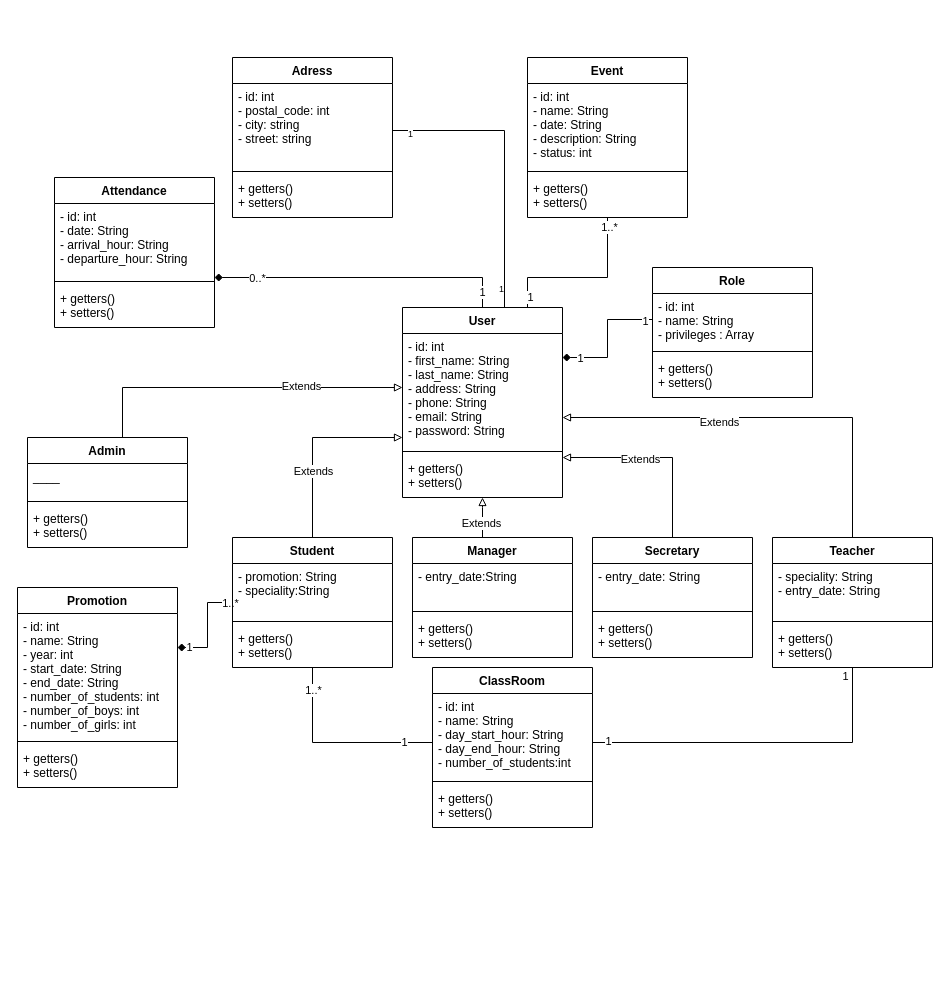
Earlier version of the draw.io diagram UML/Système de pointage.drawio (Full-stack-Java-Larael/Systeme-de-pointage). Source tidied: cells renumbered, new cells numbered last; positions are measured from the earlier drawing's top-left corner, leaving out a move shared by most shapes. Both pictures are drawn from the tidied source at 100%, with x=0, y=0 at pixel (17, 57).
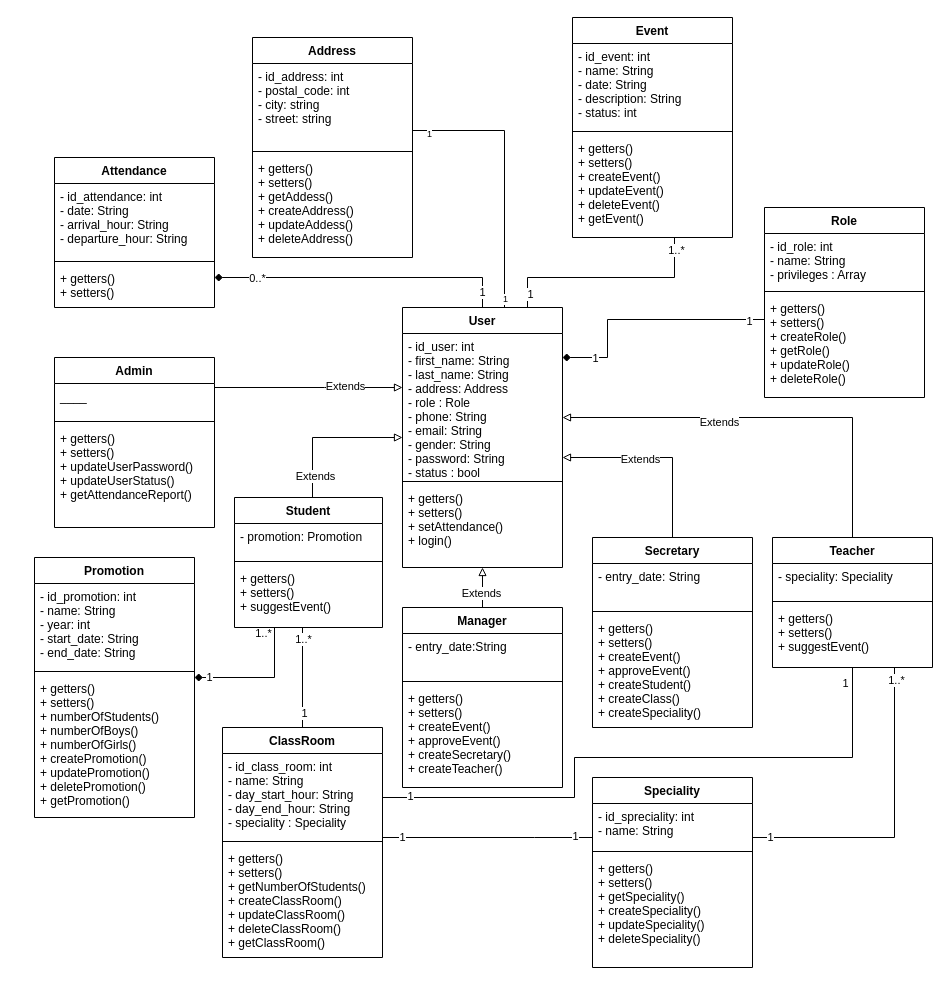
After the change.

The change refers to these unchanged cells:
```xml
<mxCell id="25" value="Teacher" style="swimlane;fontStyle=1;align=center;verticalAlign=top;horizontal=1;startSize=26;" parent="1" vertex="1">
  <mxGeometry x="755" y="480" width="160" height="130" as="geometry" />
</mxCell>
<mxCell id="41" style="edgeStyle=orthogonalEdgeStyle;rounded=0;jettySize=auto;html=1;endArrow=block;endFill=0;" parent="1" edge="1" source="43" target="2">
  <mxGeometry relative="1" as="geometry">
    <Array as="points">
      <mxPoint x="295" y="380" />
    </Array>
  </mxGeometry>
</mxCell>
<mxCell id="78" style="edgeStyle=orthogonalEdgeStyle;rounded=0;jettySize=auto;html=1;startArrow=none;startFill=0;endArrow=none;endFill=0;fontSize=9;" parent="1" edge="1" source="57" target="2">
  <mxGeometry relative="1" as="geometry">
    <Array as="points">
      <mxPoint x="487" y="73" />
    </Array>
  </mxGeometry>
</mxCell>
```

The edit, as a diff of the source:
```diff
@@
     <mxCell id="2" value="User" style="swimlane;fontStyle=1;align=center;verticalAlign=top;horizontal=1;startSize=26;" parent="1" vertex="1">
-      <mxGeometry x="385" y="250" width="160" height="190" as="geometry" />
+      <mxGeometry x="385" y="250" width="160" height="260" as="geometry" />
     </mxCell>
-    <mxCell id="3" value="- id: int&#10;- first_name: String&#10;- last_name: String&#10;- address: String&#10;- phone: String&#10;- email: String&#10;- password: String" style="text;strokeColor=none;fillColor=none;align=left;verticalAlign=top;spacingLeft=4;spacingRight=4;overflow=hidden;points=[[0,0.5],[1,0.5]];portConstraint=eastwest;" parent="2" vertex="1">
-      <mxGeometry y="26" width="160" height="114" as="geometry" />
+    <mxCell id="3" value="- id_user: int&#10;- first_name: String&#10;- last_name: String&#10;- address: Address&#10;- role : Role&#10;- phone: String&#10;- email: String&#10;- gender: String&#10;- password: String&#10;- status : bool" style="text;strokeColor=none;fillColor=none;align=left;verticalAlign=top;spacingLeft=4;spacingRight=4;overflow=hidden;points=[[0,0.5],[1,0.5]];portConstraint=eastwest;" parent="2" vertex="1">
+      <mxGeometry y="26" width="160" height="144" as="geometry" />
     </mxCell>
     <mxCell id="4" style="line;strokeWidth=1;fillColor=none;align=left;verticalAlign=middle;spacingTop=-1;spacingLeft=3;spacingRight=3;labelPosition=right;" parent="2" vertex="1">
-      <mxGeometry y="140" width="160" height="8" as="geometry" />
+      <mxGeometry y="170" width="160" height="8" as="geometry" />
     </mxCell>
-    <mxCell id="5" value="+ getters()&#10;+ setters()" style="text;strokeColor=none;fillColor=none;align=left;verticalAlign=top;spacingLeft=4;spacingRight=4;overflow=hidden;" parent="2" vertex="1">
-      <mxGeometry y="148" width="160" height="42" as="geometry" />
+    <mxCell id="5" value="+ getters()&#10;+ setters()&#10;+ setAttendance()&#10;+ login()" style="text;strokeColor=none;fillColor=none;align=left;verticalAlign=top;spacingLeft=4;spacingRight=4;overflow=hidden;" parent="2" vertex="1">
+      <mxGeometry y="178" width="160" height="82" as="geometry" />
     </mxCell>
     <mxCell id="6" style="edgeStyle=orthogonalEdgeStyle;rounded=0;jettySize=auto;html=1;endArrow=none;endFill=0;startArrow=diamond;startFill=1;" parent="1" edge="1" source="9" target="43">
       <mxGeometry relative="1" as="geometry">
         <Array as="points">
-          <mxPoint x="190" y="590" />
-          <mxPoint x="190" y="545" />
+          <mxPoint x="257" y="620" />
         </Array>
       </mxGeometry>
     </mxCell>
     <mxCell id="7" value="1..*" style="edgeLabel;html=1;align=center;verticalAlign=middle;" parent="6" vertex="1">
-      <mxGeometry x="0.93" relative="1" as="geometry" />
+      <mxGeometry x="0.93" relative="1" as="geometry">
+        <mxPoint x="-11.1" as="offset" />
+      </mxGeometry>
     </mxCell>
@@
     <mxCell id="9" value="Promotion" style="swimlane;fontStyle=1;align=center;verticalAlign=top;horizontal=1;startSize=26;" parent="1" vertex="1">
-      <mxGeometry y="530" width="160" height="200" as="geometry" />
+      <mxGeometry x="17" y="500" width="160" height="260" as="geometry" />
     </mxCell>
-    <mxCell id="10" value="- id: int&#10;- name: String&#10;- year: int&#10;- start_date: String&#10;- end_date: String&#10;- number_of_students: int&#10;- number_of_boys: int&#10;- number_of_girls: int" style="text;strokeColor=none;fillColor=none;align=left;verticalAlign=top;spacingLeft=4;spacingRight=4;overflow=hidden;" parent="9" vertex="1">
-      <mxGeometry y="26" width="160" height="124" as="geometry" />
+    <mxCell id="10" value="- id_promotion: int&#10;- name: String&#10;- year: int&#10;- start_date: String&#10;- end_date: String" style="text;strokeColor=none;fillColor=none;align=left;verticalAlign=top;spacingLeft=4;spacingRight=4;overflow=hidden;" parent="9" vertex="1">
+      <mxGeometry y="26" width="160" height="84" as="geometry" />
     </mxCell>
     <mxCell id="11" style="line;strokeWidth=1;fillColor=none;align=left;verticalAlign=middle;spacingTop=-1;spacingLeft=3;spacingRight=3;labelPosition=right;" parent="9" vertex="1">
-      <mxGeometry y="150" width="160" height="8" as="geometry" />
+      <mxGeometry y="110" width="160" height="8" as="geometry" />
     </mxCell>
-    <mxCell id="12" value="+ getters()&#10;+ setters()" style="text;strokeColor=none;fillColor=none;align=left;verticalAlign=top;spacingLeft=4;spacingRight=4;overflow=hidden;" parent="9" vertex="1">
-      <mxGeometry y="158" width="160" height="42" as="geometry" />
+    <mxCell id="12" value="+ getters()&#10;+ setters()&#10;+ numberOfStudents()&#10;+ numberOfBoys()&#10;+ numberOfGirls()&#10;+ createPromotion()&#10;+ updatePromotion()&#10;+ deletePromotion()&#10;+ getPromotion()&#10;" style="text;strokeColor=none;fillColor=none;align=left;verticalAlign=top;spacingLeft=4;spacingRight=4;overflow=hidden;" parent="9" vertex="1">
+      <mxGeometry y="118" width="160" height="142" as="geometry" />
     </mxCell>
@@
     <mxCell id="16" value="Role" style="swimlane;fontStyle=1;align=center;verticalAlign=top;horizontal=1;startSize=26;" parent="1" vertex="1">
-      <mxGeometry x="635" y="210" width="160" height="130" as="geometry" />
+      <mxGeometry x="747" y="150" width="160" height="190" as="geometry" />
     </mxCell>
-    <mxCell id="17" value="- id: int&#10;- name: String&#10;- privileges : Array" style="text;strokeColor=none;fillColor=none;align=left;verticalAlign=top;spacingLeft=4;spacingRight=4;overflow=hidden;" parent="16" vertex="1">
+    <mxCell id="17" value="- id_role: int&#10;- name: String&#10;- privileges : Array" style="text;strokeColor=none;fillColor=none;align=left;verticalAlign=top;spacingLeft=4;spacingRight=4;overflow=hidden;" parent="16" vertex="1">
       <mxGeometry y="26" width="160" height="54" as="geometry" />
     </mxCell>
@@
-    <mxCell id="19" value="+ getters()&#10;+ setters()" style="text;strokeColor=none;fillColor=none;align=left;verticalAlign=top;spacingLeft=4;spacingRight=4;overflow=hidden;" parent="16" vertex="1">
-      <mxGeometry y="88" width="160" height="42" as="geometry" />
+    <mxCell id="19" value="+ getters()&#10;+ setters()&#10;+ createRole()&#10;+ getRole()&#10;+ updateRole()&#10;+ deleteRole()" style="text;strokeColor=none;fillColor=none;align=left;verticalAlign=top;spacingLeft=4;spacingRight=4;overflow=hidden;" parent="16" vertex="1">
+      <mxGeometry y="88" width="160" height="102" as="geometry" />
     </mxCell>
@@
     <mxCell id="22" style="edgeStyle=orthogonalEdgeStyle;rounded=0;jettySize=auto;html=1;endArrow=none;endFill=0;" parent="1" edge="1" source="25" target="63">
       <mxGeometry relative="1" as="geometry">
         <Array as="points">
-          <mxPoint x="835" y="685" />
+          <mxPoint x="835" y="700" />
+          <mxPoint x="557" y="700" />
+          <mxPoint x="557" y="740" />
         </Array>
       </mxGeometry>
     </mxCell>
@@
+    <mxCell id="81" style="edgeStyle=orthogonalEdgeStyle;rounded=0;jettySize=auto;html=1;endArrow=none;endFill=0;" parent="1" edge="1" source="25" target="87">
+      <mxGeometry relative="1" as="geometry">
+        <Array as="points">
+          <mxPoint x="877" y="780" />
+        </Array>
+      </mxGeometry>
+    </mxCell>
+    <mxCell id="82" value="1" style="edgeLabel;html=1;align=center;verticalAlign=middle;" parent="81" vertex="1">
+      <mxGeometry x="0.89" y="-1" relative="1" as="geometry" />
+    </mxCell>
+    <mxCell id="83" value="1..*" style="edgeLabel;html=1;align=center;verticalAlign=middle;" parent="81" vertex="1">
+      <mxGeometry x="-0.92" y="4" relative="1" as="geometry">
+        <mxPoint x="-3" as="offset" />
+      </mxGeometry>
+    </mxCell>
@@
-    <mxCell id="26" value="- speciality: String&#10;- entry_date: String" style="text;strokeColor=none;fillColor=none;align=left;verticalAlign=top;spacingLeft=4;spacingRight=4;overflow=hidden;" parent="25" vertex="1">
-      <mxGeometry y="26" width="160" height="54" as="geometry" />
+    <mxCell id="26" value="- speciality: Speciality" style="text;strokeColor=none;fillColor=none;align=left;verticalAlign=top;spacingLeft=4;spacingRight=4;overflow=hidden;" parent="25" vertex="1">
+      <mxGeometry y="26" width="160" height="34" as="geometry" />
     </mxCell>
     <mxCell id="27" style="line;strokeWidth=1;fillColor=none;align=left;verticalAlign=middle;spacingTop=-1;spacingLeft=3;spacingRight=3;labelPosition=right;" parent="25" vertex="1">
-      <mxGeometry y="80" width="160" height="8" as="geometry" />
+      <mxGeometry y="60" width="160" height="8" as="geometry" />
     </mxCell>
-    <mxCell id="28" value="+ getters()&#10;+ setters()" style="text;strokeColor=none;fillColor=none;align=left;verticalAlign=top;spacingLeft=4;spacingRight=4;overflow=hidden;" parent="25" vertex="1">
-      <mxGeometry y="88" width="160" height="42" as="geometry" />
+    <mxCell id="28" value="+ getters()&#10;+ setters()&#10;+ suggestEvent()" style="text;strokeColor=none;fillColor=none;align=left;verticalAlign=top;spacingLeft=4;spacingRight=4;overflow=hidden;" parent="25" vertex="1">
+      <mxGeometry y="68" width="160" height="62" as="geometry" />
     </mxCell>
     <mxCell id="29" style="edgeStyle=orthogonalEdgeStyle;rounded=0;jettySize=auto;html=1;endArrow=block;endFill=0;" parent="1" edge="1" source="31" target="2">
-      <mxGeometry relative="1" as="geometry">
-        <Array as="points">
-          <mxPoint x="465" y="450" />
-          <mxPoint x="465" y="450" />
-        </Array>
-      </mxGeometry>
+      <mxGeometry relative="1" as="geometry" />
     </mxCell>
@@
     <mxCell id="31" value="Manager" style="swimlane;fontStyle=1;align=center;verticalAlign=top;horizontal=1;startSize=26;" parent="1" vertex="1">
-      <mxGeometry x="395" y="480" width="160" height="120" as="geometry" />
+      <mxGeometry x="385" y="550" width="160" height="180" as="geometry" />
     </mxCell>
@@
-    <mxCell id="34" value="+ getters()&#10;+ setters()" style="text;strokeColor=none;fillColor=none;align=left;verticalAlign=top;spacingLeft=4;spacingRight=4;overflow=hidden;" parent="31" vertex="1">
-      <mxGeometry y="78" width="160" height="42" as="geometry" />
+    <mxCell id="34" value="+ getters()&#10;+ setters()&#10;+ createEvent()&#10;+ approveEvent()&#10;+ createSecretary()&#10;+ createTeacher()" style="text;strokeColor=none;fillColor=none;align=left;verticalAlign=top;spacingLeft=4;spacingRight=4;overflow=hidden;" parent="31" vertex="1">
+      <mxGeometry y="78" width="160" height="102" as="geometry" />
     </mxCell>
@@
     <mxCell id="37" value="Secretary" style="swimlane;fontStyle=1;align=center;verticalAlign=top;horizontal=1;startSize=26;" parent="1" vertex="1">
-      <mxGeometry x="575" y="480" width="160" height="120" as="geometry" />
+      <mxGeometry x="575" y="480" width="160" height="190" as="geometry" />
     </mxCell>
@@
-    <mxCell id="40" value="+ getters()&#10;+ setters()" style="text;strokeColor=none;fillColor=none;align=left;verticalAlign=top;spacingLeft=4;spacingRight=4;overflow=hidden;" parent="37" vertex="1">
-      <mxGeometry y="78" width="160" height="42" as="geometry" />
+    <mxCell id="40" value="+ getters()&#10;+ setters()&#10;+ createEvent()&#10;+ approveEvent()&#10;+ createStudent()&#10;+ createClass()&#10;+ createSpeciality()" style="text;strokeColor=none;fillColor=none;align=left;verticalAlign=top;spacingLeft=4;spacingRight=4;overflow=hidden;" parent="37" vertex="1">
+      <mxGeometry y="78" width="160" height="112" as="geometry" />
     </mxCell>
@@
     <mxCell id="42" value="Extends" style="edgeLabel;html=1;align=center;verticalAlign=middle;" parent="41" vertex="1">
-      <mxGeometry x="-0.3" relative="1" as="geometry" />
+      <mxGeometry x="-0.3" relative="1" as="geometry">
+        <mxPoint x="2" y="31.5" as="offset" />
+      </mxGeometry>
     </mxCell>
     <mxCell id="43" value="Student" style="swimlane;fontStyle=1;align=center;verticalAlign=top;horizontal=1;startSize=26;" parent="1" vertex="1">
-      <mxGeometry x="215" y="480" width="160" height="130" as="geometry" />
+      <mxGeometry x="217" y="440" width="148" height="130" as="geometry" />
     </mxCell>
-    <mxCell id="44" value="- promotion: String&#10;- speciality:String" style="text;strokeColor=none;fillColor=none;align=left;verticalAlign=top;spacingLeft=4;spacingRight=4;overflow=hidden;" parent="43" vertex="1">
-      <mxGeometry y="26" width="160" height="54" as="geometry" />
+    <mxCell id="44" value="- promotion: Promotion" style="text;strokeColor=none;fillColor=none;align=left;verticalAlign=top;spacingLeft=4;spacingRight=4;overflow=hidden;" parent="43" vertex="1">
+      <mxGeometry y="26" width="148" height="34" as="geometry" />
     </mxCell>
     <mxCell id="45" style="line;strokeWidth=1;fillColor=none;align=left;verticalAlign=middle;spacingTop=-1;spacingLeft=3;spacingRight=3;labelPosition=right;" parent="43" vertex="1">
-      <mxGeometry y="80" width="160" height="8" as="geometry" />
+      <mxGeometry y="60" width="148" height="8" as="geometry" />
     </mxCell>
-    <mxCell id="46" value="+ getters()&#10;+ setters()" style="text;strokeColor=none;fillColor=none;align=left;verticalAlign=top;spacingLeft=4;spacingRight=4;overflow=hidden;" parent="43" vertex="1">
-      <mxGeometry y="88" width="160" height="42" as="geometry" />
+    <mxCell id="46" value="+ getters()&#10;+ setters()&#10;+ suggestEvent()" style="text;strokeColor=none;fillColor=none;align=left;verticalAlign=top;spacingLeft=4;spacingRight=4;overflow=hidden;" parent="43" vertex="1">
+      <mxGeometry y="68" width="148" height="62" as="geometry" />
     </mxCell>
     <mxCell id="47" style="edgeStyle=orthogonalEdgeStyle;rounded=0;jettySize=auto;html=1;endArrow=block;endFill=0;" parent="1" edge="1" source="49" target="2">
       <mxGeometry relative="1" as="geometry">
         <Array as="points">
-          <mxPoint x="105" y="330" />
+          <mxPoint x="307" y="330" />
+          <mxPoint x="307" y="330" />
         </Array>
       </mxGeometry>
     </mxCell>
@@
     <mxCell id="49" value="Admin" style="swimlane;fontStyle=1;align=center;verticalAlign=top;horizontal=1;startSize=26;" parent="1" vertex="1">
-      <mxGeometry x="10" y="380" width="160" height="110" as="geometry" />
+      <mxGeometry x="37" y="300" width="160" height="170" as="geometry" />
     </mxCell>
@@
-    <mxCell id="52" value="+ getters()&#10;+ setters()" style="text;strokeColor=none;fillColor=none;align=left;verticalAlign=top;spacingLeft=4;spacingRight=4;overflow=hidden;" parent="49" vertex="1">
-      <mxGeometry y="68" width="160" height="42" as="geometry" />
+    <mxCell id="52" value="+ getters()&#10;+ setters()&#10;+ updateUserPassword()&#10;+ updateUserStatus()&#10;+ getAttendanceReport()" style="text;strokeColor=none;fillColor=none;align=left;verticalAlign=top;spacingLeft=4;spacingRight=4;overflow=hidden;" parent="49" vertex="1">
+      <mxGeometry y="68" width="160" height="102" as="geometry" />
     </mxCell>
@@
-    <mxCell id="56" value="Adress" style="swimlane;fontStyle=1;align=center;verticalAlign=top;horizontal=1;startSize=26;" parent="1" vertex="1">
-      <mxGeometry x="215" width="160" height="160" as="geometry" />
+    <mxCell id="56" value="Address" style="swimlane;fontStyle=1;align=center;verticalAlign=top;horizontal=1;startSize=26;" parent="1" vertex="1">
+      <mxGeometry x="235" y="-20" width="160" height="220" as="geometry" />
     </mxCell>
-    <mxCell id="57" value="- id: int&#10;- postal_code: int&#10;- city: string&#10;- street: string" style="text;strokeColor=none;fillColor=none;align=left;verticalAlign=top;spacingLeft=4;spacingRight=4;overflow=hidden;points=[[0,0.5],[1,0.5]];portConstraint=eastwest;" parent="56" vertex="1">
+    <mxCell id="57" value="- id_address: int&#10;- postal_code: int&#10;- city: string&#10;- street: string" style="text;strokeColor=none;fillColor=none;align=left;verticalAlign=top;spacingLeft=4;spacingRight=4;overflow=hidden;points=[[0,0.5],[1,0.5]];portConstraint=eastwest;" parent="56" vertex="1">
       <mxGeometry y="26" width="160" height="84" as="geometry" />
     </mxCell>
@@
-    <mxCell id="59" value="+ getters()&#10;+ setters()" style="text;strokeColor=none;fillColor=none;align=left;verticalAlign=top;spacingLeft=4;spacingRight=4;overflow=hidden;" parent="56" vertex="1">
-      <mxGeometry y="118" width="160" height="42" as="geometry" />
+    <mxCell id="59" value="+ getters()&#10;+ setters()&#10;+ getAddess()&#10;+ createAddress()&#10;+ updateAddess()&#10;+ deleteAddress()" style="text;strokeColor=none;fillColor=none;align=left;verticalAlign=top;spacingLeft=4;spacingRight=4;overflow=hidden;" parent="56" vertex="1">
+      <mxGeometry y="118" width="160" height="102" as="geometry" />
     </mxCell>
@@
     <mxCell id="63" value="ClassRoom" style="swimlane;fontStyle=1;align=center;verticalAlign=top;horizontal=1;startSize=26;" parent="1" vertex="1">
-      <mxGeometry x="415" y="610" width="160" height="160" as="geometry" />
+      <mxGeometry x="205" y="670" width="160" height="230" as="geometry" />
     </mxCell>
-    <mxCell id="64" value="- id: int&#10;- name: String&#10;- day_start_hour: String&#10;- day_end_hour: String&#10;- number_of_students:int&#10;" style="text;strokeColor=none;fillColor=none;align=left;verticalAlign=top;spacingLeft=4;spacingRight=4;overflow=hidden;" parent="63" vertex="1">
+    <mxCell id="64" value="- id_class_room: int&#10;- name: String&#10;- day_start_hour: String&#10;- day_end_hour: String&#10;- speciality : Speciality" style="text;strokeColor=none;fillColor=none;align=left;verticalAlign=top;spacingLeft=4;spacingRight=4;overflow=hidden;" parent="63" vertex="1">
       <mxGeometry y="26" width="160" height="84" as="geometry" />
     </mxCell>
@@
-    <mxCell id="66" value="+ getters()&#10;+ setters()" style="text;strokeColor=none;fillColor=none;align=left;verticalAlign=top;spacingLeft=4;spacingRight=4;overflow=hidden;" parent="63" vertex="1">
-      <mxGeometry y="118" width="160" height="42" as="geometry" />
+    <mxCell id="66" value="+ getters()&#10;+ setters()&#10;+ getNumberOfStudents()&#10;+ createClassRoom()&#10;+ updateClassRoom()&#10;+ deleteClassRoom()&#10;+ getClassRoom()" style="text;strokeColor=none;fillColor=none;align=left;verticalAlign=top;spacingLeft=4;spacingRight=4;overflow=hidden;" parent="63" vertex="1">
+      <mxGeometry y="118" width="160" height="112" as="geometry" />
     </mxCell>
     <mxCell id="67" style="edgeStyle=orthogonalEdgeStyle;rounded=0;jettySize=auto;html=1;startArrow=none;startFill=0;endArrow=none;endFill=0;" parent="1" edge="1" source="70" target="2">
       <mxGeometry relative="1" as="geometry">
         <Array as="points">
-          <mxPoint x="590" y="220" />
+          <mxPoint x="657" y="220" />
           <mxPoint x="510" y="220" />
         </Array>
       </mxGeometry>
     </mxCell>
@@
     <mxCell id="70" value="Event" style="swimlane;fontStyle=1;align=center;verticalAlign=top;horizontal=1;startSize=26;" parent="1" vertex="1">
-      <mxGeometry x="510" width="160" height="160" as="geometry" />
+      <mxGeometry x="555" y="-40" width="160" height="220" as="geometry" />
     </mxCell>
-    <mxCell id="71" value="- id: int&#10;- name: String&#10;- date: String&#10;- description: String&#10;- status: int" style="text;strokeColor=none;fillColor=none;align=left;verticalAlign=top;spacingLeft=4;spacingRight=4;overflow=hidden;" parent="70" vertex="1">
+    <mxCell id="71" value="- id_event: int&#10;- name: String&#10;- date: String&#10;- description: String&#10;- status: int" style="text;strokeColor=none;fillColor=none;align=left;verticalAlign=top;spacingLeft=4;spacingRight=4;overflow=hidden;" parent="70" vertex="1">
       <mxGeometry y="26" width="160" height="84" as="geometry" />
     </mxCell>
@@
-    <mxCell id="73" value="+ getters()&#10;+ setters()" style="text;strokeColor=none;fillColor=none;align=left;verticalAlign=top;spacingLeft=4;spacingRight=4;overflow=hidden;" parent="70" vertex="1">
-      <mxGeometry y="118" width="160" height="42" as="geometry" />
+    <mxCell id="73" value="+ getters()&#10;+ setters()&#10;+ createEvent()&#10;+ updateEvent()&#10;+ deleteEvent()&#10;+ getEvent()" style="text;strokeColor=none;fillColor=none;align=left;verticalAlign=top;spacingLeft=4;spacingRight=4;overflow=hidden;" parent="70" vertex="1">
+      <mxGeometry y="118" width="160" height="102" as="geometry" />
     </mxCell>
     <mxCell id="74" value="Attendance" style="swimlane;fontStyle=1;align=center;verticalAlign=top;horizontal=1;startSize=26;" parent="1" vertex="1">
-      <mxGeometry x="37" y="120" width="160" height="150" as="geometry" />
+      <mxGeometry x="37" y="100" width="160" height="150" as="geometry" />
     </mxCell>
-    <mxCell id="75" value="- id: int&#10;- date: String&#10;- arrival_hour: String&#10;- departure_hour: String" style="text;strokeColor=none;fillColor=none;align=left;verticalAlign=top;spacingLeft=4;spacingRight=4;overflow=hidden;" parent="74" vertex="1">
+    <mxCell id="75" value="- id_attendance: int&#10;- date: String&#10;- arrival_hour: String&#10;- departure_hour: String" style="text;strokeColor=none;fillColor=none;align=left;verticalAlign=top;spacingLeft=4;spacingRight=4;overflow=hidden;" parent="74" vertex="1">
       <mxGeometry y="26" width="160" height="74" as="geometry" />
     </mxCell>
@@
     <mxCell id="80" value="1" style="edgeLabel;html=1;align=center;verticalAlign=middle;fontSize=9;" parent="78" vertex="1">
-      <mxGeometry x="0.87" y="-4" relative="1" as="geometry" />
+      <mxGeometry x="0.87" y="-4" relative="1" as="geometry">
+        <mxPoint x="4" y="8" as="offset" />
+      </mxGeometry>
     </mxCell>
+    <mxCell id="84" style="edgeStyle=orthogonalEdgeStyle;rounded=0;jettySize=auto;html=1;endArrow=none;endFill=0;" parent="1" edge="1" source="87" target="63">
+      <mxGeometry relative="1" as="geometry">
+        <Array as="points">
+          <mxPoint x="517" y="780" />
+          <mxPoint x="517" y="780" />
+        </Array>
+      </mxGeometry>
+    </mxCell>
+    <mxCell id="85" value="1" style="edgeLabel;html=1;align=center;verticalAlign=middle;" parent="84" vertex="1">
+      <mxGeometry x="0.82" y="-1" relative="1" as="geometry" />
+    </mxCell>
+    <mxCell id="86" value="1" style="edgeLabel;html=1;align=center;verticalAlign=middle;" parent="84" vertex="1">
+      <mxGeometry x="-0.83" y="-2" relative="1" as="geometry" />
+    </mxCell>
+    <mxCell id="87" value="Speciality" style="swimlane;fontStyle=1;align=center;verticalAlign=top;horizontal=1;startSize=26;" parent="1" vertex="1">
+      <mxGeometry x="575" y="720" width="160" height="190" as="geometry" />
+    </mxCell>
+    <mxCell id="88" value="- id_spreciality: int&#10;- name: String" style="text;strokeColor=none;fillColor=none;align=left;verticalAlign=top;spacingLeft=4;spacingRight=4;overflow=hidden;" parent="87" vertex="1">
+      <mxGeometry y="26" width="160" height="44" as="geometry" />
+    </mxCell>
+    <mxCell id="89" style="line;strokeWidth=1;fillColor=none;align=left;verticalAlign=middle;spacingTop=-1;spacingLeft=3;spacingRight=3;labelPosition=right;" parent="87" vertex="1">
+      <mxGeometry y="70" width="160" height="8" as="geometry" />
+    </mxCell>
+    <mxCell id="90" value="+ getters()&#10;+ setters()&#10;+ getSpeciality()&#10;+ createSpeciality()&#10;+ updateSpeciality()&#10;+ deleteSpeciality()" style="text;strokeColor=none;fillColor=none;align=left;verticalAlign=top;spacingLeft=4;spacingRight=4;overflow=hidden;" parent="87" vertex="1">
+      <mxGeometry y="78" width="160" height="112" as="geometry" />
+    </mxCell>
```
